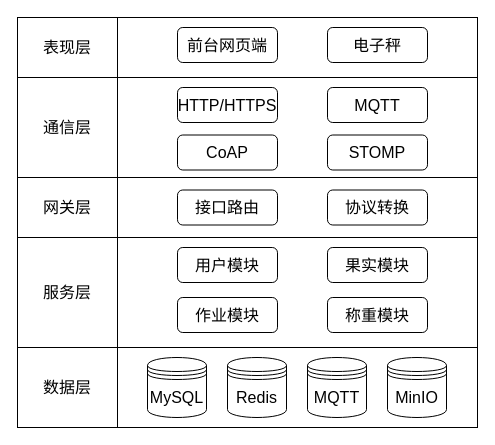
akynazh/aws keeps this draw.io diagram as design/软件分层架构图.dio. Above is the earlier version. Source tidied: cells renumbered, new cells numbered last; positions are measured from the earlier drawing's top-left corner, leaving out a move shared by most shapes. Both pictures are drawn from the tidied source at 100%, with x=0, y=0 at pixel (17, 17).
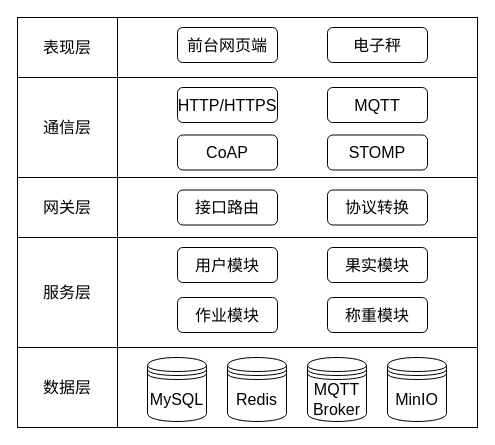
The same diagram, later.

Diff of the diagram source:
```diff
@@
     <mxCell id="15" value="&lt;font&gt;MySQL&lt;/font&gt;" style="shape=datastore;whiteSpace=wrap;html=1;fontFamily=Songti SC;fontSize=16;" parent="1" vertex="1">
-      <mxGeometry x="130" y="340" width="59" height="60" as="geometry" />
+      <mxGeometry x="130" y="340" width="59" height="64" as="geometry" />
     </mxCell>
     <mxCell id="16" value="&lt;font&gt;Redis&lt;/font&gt;" style="shape=datastore;whiteSpace=wrap;html=1;fontFamily=Songti SC;fontSize=16;" parent="1" vertex="1">
-      <mxGeometry x="210" y="340" width="59" height="60" as="geometry" />
+      <mxGeometry x="210" y="340" width="59" height="64" as="geometry" />
     </mxCell>
-    <mxCell id="17" value="&lt;font&gt;MQTT&lt;/font&gt;" style="shape=datastore;whiteSpace=wrap;html=1;fontFamily=Songti SC;fontSize=16;" parent="1" vertex="1">
-      <mxGeometry x="290" y="340" width="59" height="60" as="geometry" />
+    <mxCell id="17" value="&lt;font&gt;MQTT&lt;/font&gt;&lt;div&gt;&lt;font&gt;Broker&lt;/font&gt;&lt;/div&gt;" style="shape=datastore;whiteSpace=wrap;html=1;fontFamily=Songti SC;fontSize=16;" parent="1" vertex="1">
+      <mxGeometry x="290" y="340" width="59" height="64" as="geometry" />
     </mxCell>
@@
     <mxCell id="27" value="&lt;font&gt;MinIO&lt;/font&gt;" style="shape=datastore;whiteSpace=wrap;html=1;fontFamily=Songti SC;fontSize=16;" parent="1" vertex="1">
-      <mxGeometry x="370" y="340" width="59" height="60" as="geometry" />
+      <mxGeometry x="370" y="340" width="59" height="64" as="geometry" />
     </mxCell>
```
